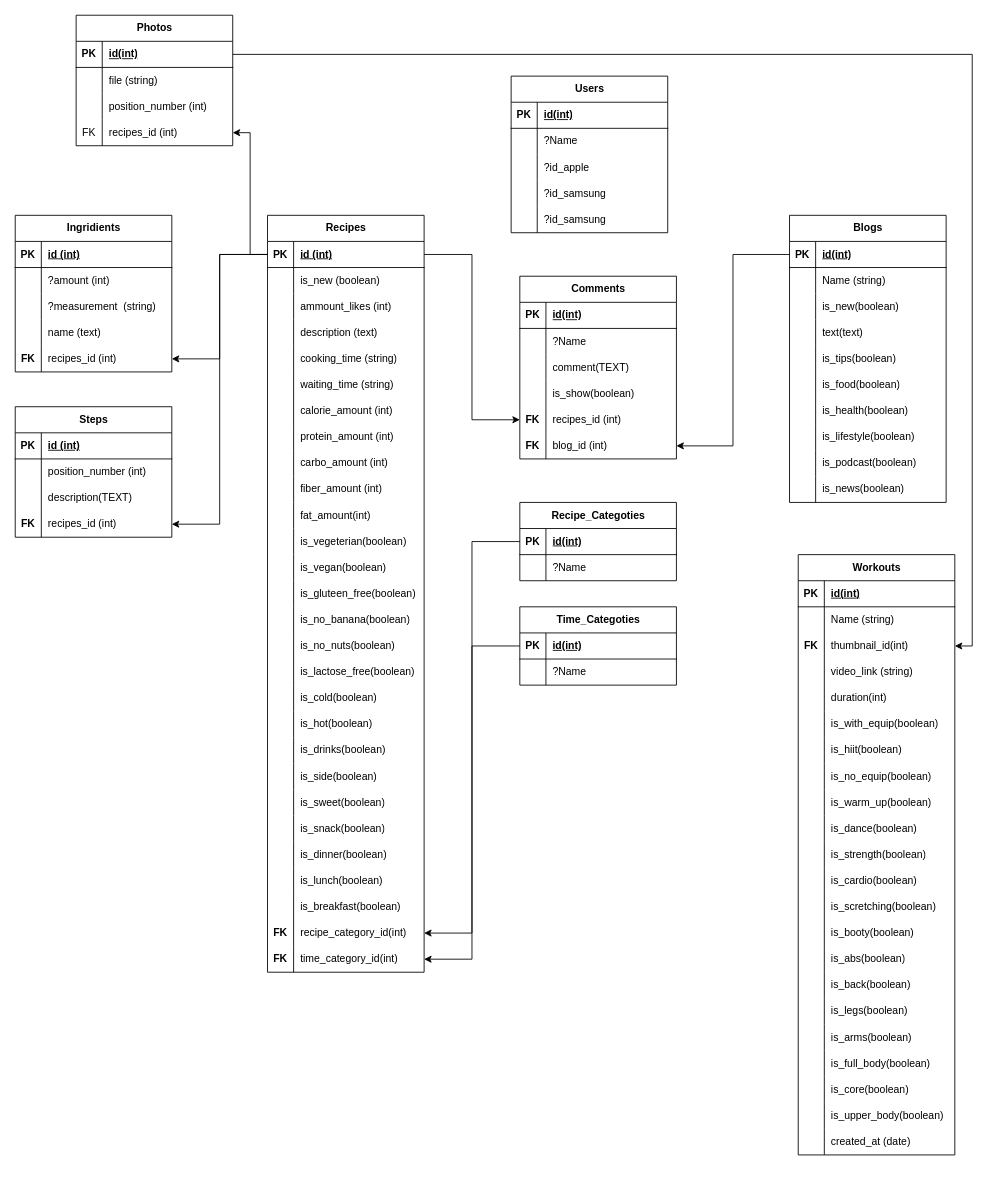
Earlier version of the draw.io diagram health.drawio (fao30/syeikh). Source tidied: cells renumbered, new cells numbered last; positions are measured from the earlier drawing's top-left corner, leaving out a move shared by most shapes. Both pictures are drawn from the tidied source at 87%, with x=0, y=0 at pixel (15, 15).
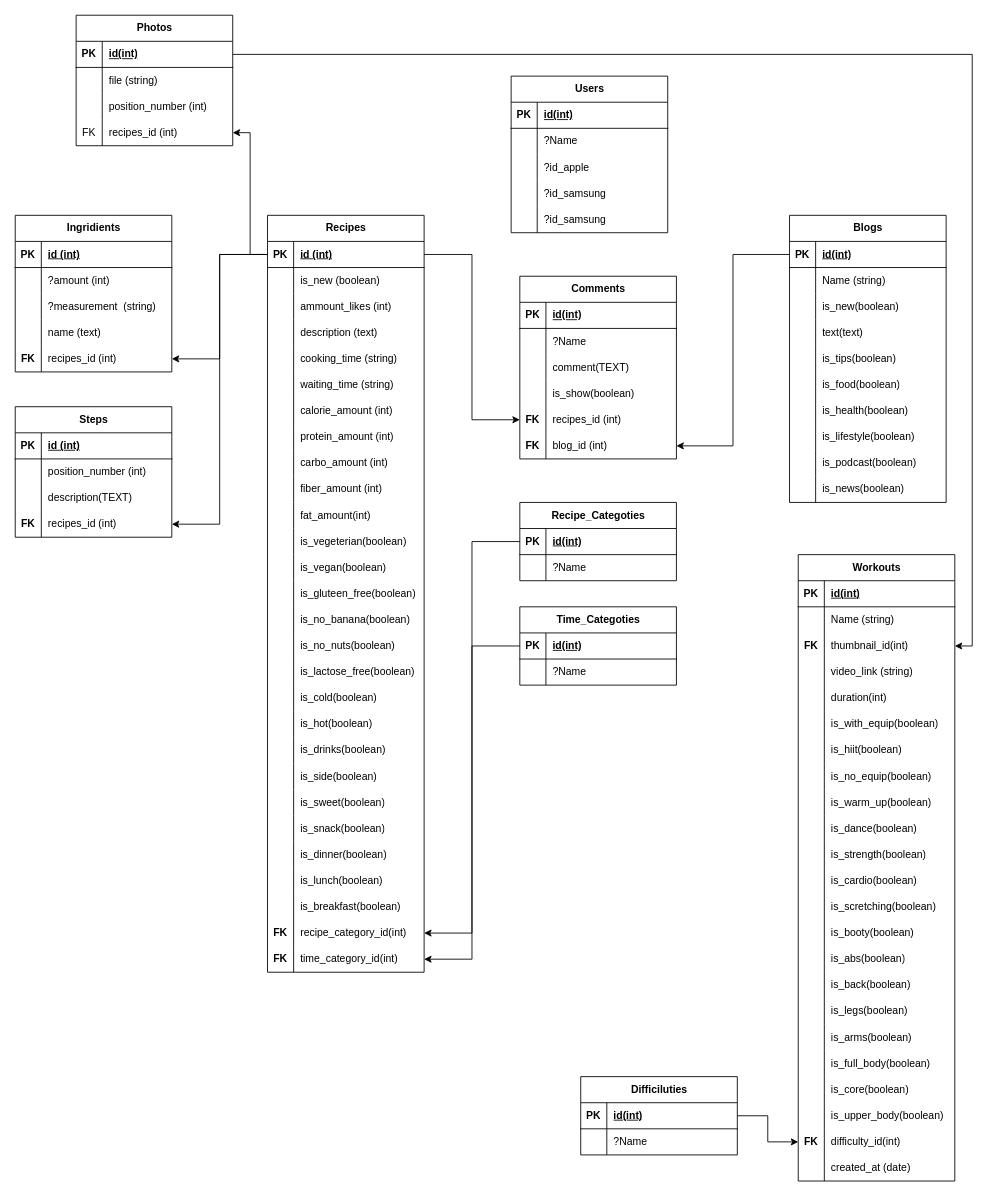
The same page after the edit.

The edit, as a diff of the source:
```diff
@@
     <mxCell id="216" value="Workouts" style="shape=table;startSize=30;childLayout=tableLayout;rowLines=0;fontStyle=1;align=center;html=1;" parent="1" vertex="1">
-      <mxGeometry x="900" y="620" width="180" height="690" as="geometry" />
+      <mxGeometry x="900" y="620" width="180" height="720" as="geometry" />
     </mxCell>
@@
+    <mxCell id="284" style="shape=tableRow;horizontal=0;startSize=0;swimlaneHead=0;swimlaneBody=0;fillColor=none;points=[[0,0.5],[1,0.5]];portConstraint=eastwest;top=0;left=0;right=0;bottom=0;" parent="216" vertex="1">
+      <mxGeometry y="660" width="180" height="30" as="geometry" />
+    </mxCell>
+    <mxCell id="285" value="&lt;b&gt;FK&lt;/b&gt;" style="shape=partialRectangle;fillColor=none;top=0;left=0;bottom=0;right=0;overflow=hidden;whiteSpace=wrap;html=1;" parent="284" vertex="1">
+      <mxGeometry width="30" height="30" as="geometry" />
+    </mxCell>
+    <mxCell id="286" value="difficulty_id(int)" style="shape=partialRectangle;fillColor=none;top=0;left=0;bottom=0;right=0;align=left;spacingLeft=6;overflow=hidden;whiteSpace=wrap;html=1;" parent="284" vertex="1">
+      <mxGeometry x="30" width="150" height="30" as="geometry" />
+    </mxCell>
     <mxCell id="280" style="shape=tableRow;horizontal=0;startSize=0;swimlaneHead=0;swimlaneBody=0;fillColor=none;top=0;left=0;right=0;bottom=0;" parent="216" vertex="1">
-      <mxGeometry y="660" width="180" height="30" as="geometry" />
+      <mxGeometry y="690" width="180" height="30" as="geometry" />
     </mxCell>
@@
+    <mxCell id="287" style="edgeStyle=orthogonalEdgeStyle;rounded=0;jettySize=auto;html=1;entryX=0;entryY=0.5;entryDx=0;entryDy=0;" parent="1" edge="1" source="288" target="284">
+      <mxGeometry relative="1" as="geometry" />
+    </mxCell>
+    <mxCell id="288" value="Difficiluties" style="shape=table;startSize=30;childLayout=tableLayout;rowLines=0;fontStyle=1;align=center;html=1;" parent="1" vertex="1">
+      <mxGeometry x="650" y="1220" width="180" height="90" as="geometry" />
+    </mxCell>
+    <mxCell id="289" style="shape=tableRow;horizontal=0;startSize=0;swimlaneHead=0;swimlaneBody=0;fillColor=none;top=0;left=0;right=0;bottom=1;" parent="288" vertex="1">
+      <mxGeometry y="30" width="180" height="30" as="geometry" />
+    </mxCell>
+    <mxCell id="290" value="PK" style="shape=partialRectangle;fillColor=none;top=0;left=0;bottom=0;right=0;fontStyle=1;overflow=hidden;whiteSpace=wrap;html=1;" parent="289" vertex="1">
+      <mxGeometry width="30" height="30" as="geometry" />
+    </mxCell>
+    <mxCell id="291" value="id(int)" style="shape=partialRectangle;fillColor=none;top=0;left=0;bottom=0;right=0;align=left;spacingLeft=6;fontStyle=5;overflow=hidden;whiteSpace=wrap;html=1;" parent="289" vertex="1">
+      <mxGeometry x="30" width="150" height="30" as="geometry" />
+    </mxCell>
+    <mxCell id="292" style="shape=tableRow;horizontal=0;startSize=0;swimlaneHead=0;swimlaneBody=0;fillColor=none;top=0;left=0;right=0;bottom=0;" parent="288" vertex="1">
+      <mxGeometry y="60" width="180" height="30" as="geometry" />
+    </mxCell>
+    <mxCell id="293" style="shape=partialRectangle;fillColor=none;top=0;left=0;bottom=0;right=0;overflow=hidden;whiteSpace=wrap;html=1;" parent="292" vertex="1">
+      <mxGeometry width="30" height="30" as="geometry" />
+    </mxCell>
+    <mxCell id="294" value="?Name&amp;nbsp;" style="shape=partialRectangle;fillColor=none;top=0;left=0;bottom=0;right=0;align=left;spacingLeft=6;overflow=hidden;whiteSpace=wrap;html=1;" parent="292" vertex="1">
+      <mxGeometry x="30" width="150" height="30" as="geometry" />
+    </mxCell>
```
